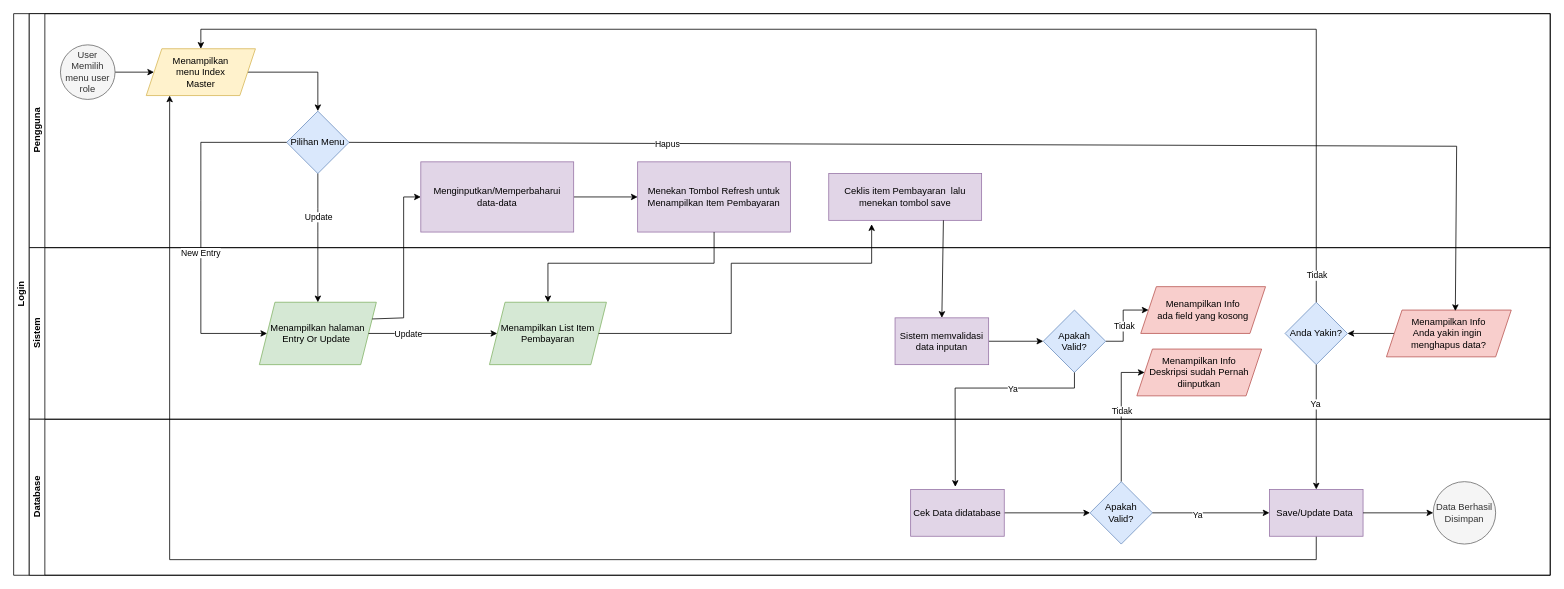
frostmisty/TestVisioNet keeps this draw.io diagram as page "Master Pembayaran" (3 of 4) of Untitled Diagram.drawio. Above is the earlier version. Source tidied: cells renumbered, new cells numbered last; positions are measured from the earlier drawing's top-left corner, leaving out a move shared by most shapes. Both pictures are drawn from the tidied source at 78%, with x=0, y=0 at pixel (13, 13).
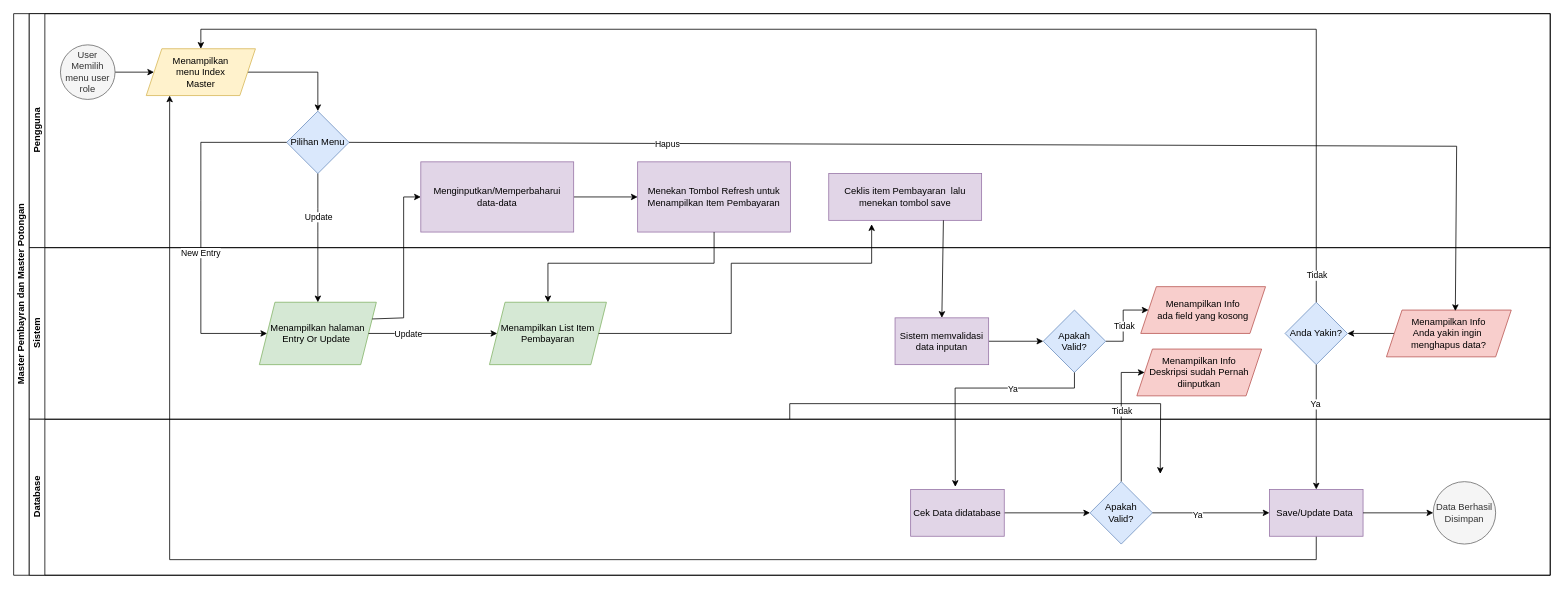
The same page after the edit.

Unchanged cells that the change refers to:
```xml
<mxCell id="35" value="Database" style="swimlane;html=1;startSize=20;horizontal=0;" parent="2" vertex="1">
  <mxGeometry x="20" y="520" width="1950" height="200" as="geometry" />
</mxCell>
```

The edit, as a diff of the source:
```diff
@@
-    <mxCell id="2" value="Login" style="swimlane;html=1;horizontal=0;startSize=20;" parent="1" vertex="1">
+    <mxCell id="2" value="Master Pembayran dan Master Potongan" style="swimlane;html=1;horizontal=0;startSize=20;" parent="1" vertex="1">
       <mxGeometry width="1970" height="720" as="geometry" />
     </mxCell>
@@
+    <mxCell id="56" style="edgeStyle=orthogonalEdgeStyle;rounded=0;jettySize=auto;html=1;" parent="2" edge="1" source="35">
+      <mxGeometry relative="1" as="geometry">
+        <mxPoint x="1470" y="590" as="targetPoint" />
+      </mxGeometry>
+    </mxCell>
```
